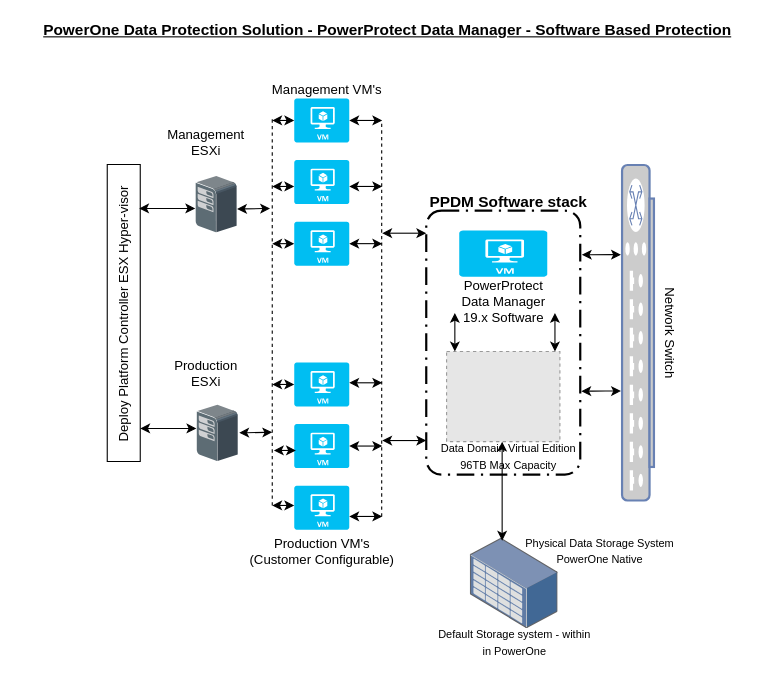
vishwa2311/PowerProtect keeps this draw.io diagram as Untitled Diagram1.drawio. Above is the earlier version. Source tidied: cells renumbered, new cells numbered last; positions are measured from the earlier drawing's top-left corner, leaving out a move shared by most shapes. Both pictures are drawn from the tidied source at 110%, with x=0, y=0 at pixel (-25, 19). Pictures stored in the file or linked from it are replaced by grey dashed boxes.
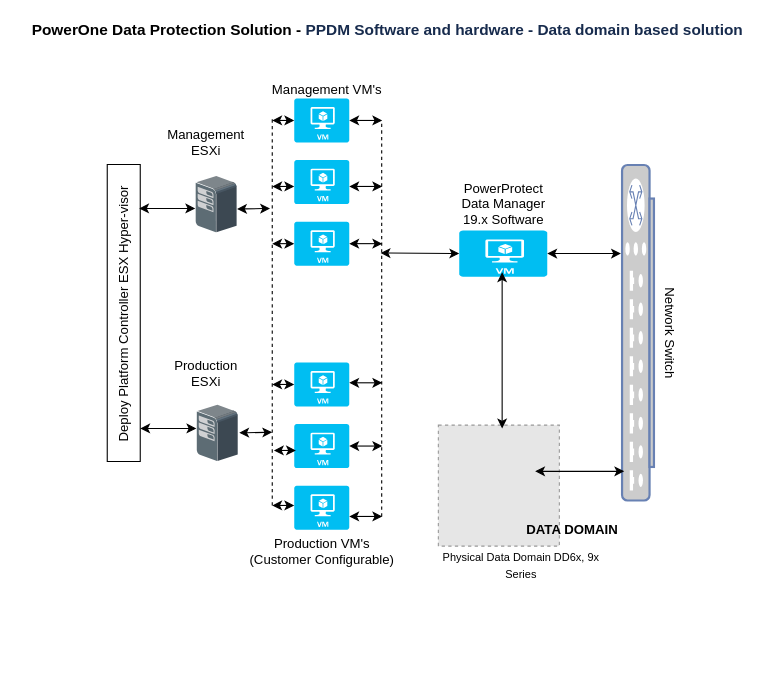
The same page after the edit.

Commit message:
PowerOne Data Protection Solution - PPDM Software and hardware - Data domain based solution.drawio

The change refers to these unchanged cells:
```xml
<mxCell id="29" style="verticalLabelPosition=bottom;html=1;verticalAlign=top;align=center;strokeColor=none;fillColor=#00BEF2;shape=mxgraph.azure.virtual_machine;" parent="1" vertex="1">
  <mxGeometry x="440" y="192" width="80" height="42" as="geometry" />
</mxCell>
```

What changed in the source:
```diff
@@
-    <mxCell id="2" style="rounded=1;arcSize=10;dashed=1;strokeColor=#000000;fillColor=none;gradientColor=none;dashPattern=8 3 1 3;strokeWidth=2;" parent="1" vertex="1">
-      <mxGeometry x="410" y="174" width="140" height="240" as="geometry" />
-    </mxCell>
+    <mxCell id="53" style="fillColor=#E6E6E6;strokeColor=#999999;dashed=1;html=1;verticalAlign=top;verticalLabelPosition=bottom;labelBackgroundColor=#ffffff;" parent="1" vertex="1">
+      <mxGeometry x="421" y="369" width="110" height="110" as="geometry" />
+    </mxCell>
@@
-    <mxCell id="28" style="fillColor=#E6E6E6;strokeColor=#999999;dashed=1;verticalLabelPosition=bottom;labelBackgroundColor=#ffffff;verticalAlign=top;" parent="1" vertex="1">
-      <mxGeometry x="428.5" y="302" width="103" height="82" as="geometry" />
-    </mxCell>
@@
-    <mxCell id="31" style="endArrow=classic;startArrow=classic;html=1;entryX=1.007;entryY=0.684;entryDx=0;entryDy=0;entryPerimeter=0;" parent="1" edge="1" target="2">
-      <mxGeometry relative="1" as="geometry">
-        <mxPoint x="587" y="338" as="sourcePoint" />
-        <Array as="points">
-          <mxPoint x="565" y="338" />
-        </Array>
-      </mxGeometry>
-    </mxCell>
@@
-    <mxCell id="33" style="endArrow=classic;startArrow=classic;html=1;entryX=1.01;entryY=0.167;entryDx=0;entryDy=0;entryPerimeter=0;" parent="1" edge="1" target="2">
+    <mxCell id="33" style="endArrow=classic;startArrow=classic;html=1;entryX=1;entryY=0.5;entryDx=0;entryDy=0;entryPerimeter=0;" parent="1" edge="1" target="29">
       <mxGeometry relative="1" as="geometry">
-        <mxPoint x="587" y="214" as="sourcePoint" />
+        <mxPoint x="587" y="213" as="sourcePoint" />
       </mxGeometry>
     </mxCell>
     <mxCell id="34" value="PowerProtect Data Manager 19.x Software" style="text;html=1;strokeColor=none;fillColor=none;align=center;verticalAlign=middle;whiteSpace=wrap;rounded=0;" parent="1" vertex="1">
-      <mxGeometry x="432.5" y="247" width="95" height="20" as="geometry" />
+      <mxGeometry x="432.5" y="158" width="95" height="20" as="geometry" />
     </mxCell>
-    <mxCell id="35" value="&lt;font style=&quot;font-size: 10px&quot;&gt;Data Domain Virtual Edition 96TB Max Capacity&lt;/font&gt;" style="text;html=1;strokeColor=none;fillColor=none;align=center;verticalAlign=middle;whiteSpace=wrap;rounded=0;" parent="1" vertex="1">
-      <mxGeometry x="420" y="392" width="130" height="10" as="geometry" />
-    </mxCell>
-    <mxCell id="36" value="&lt;font style=&quot;font-size: 14px&quot;&gt;&lt;u&gt;&lt;b&gt;PowerOne Data Protection Solution - PowerProtect Data Manager - Software Based Protection&lt;/b&gt;&lt;/u&gt;&lt;/font&gt;" style="text;html=1;strokeColor=none;fillColor=none;align=center;verticalAlign=middle;whiteSpace=wrap;rounded=0;" parent="1" vertex="1">
+    <mxCell id="36" value="&lt;font&gt;&lt;font style=&quot;font-size: 14px&quot;&gt;&lt;b&gt;PowerOne Data Protection Solution -&amp;nbsp;&lt;/b&gt;&lt;strong style=&quot;color: rgb(23 , 43 , 77) ; text-align: left&quot;&gt;PPDM Software and hardware - Data domain based solution&lt;/strong&gt;&lt;/font&gt;&lt;u style=&quot;font-size: 14px&quot;&gt;&lt;b&gt;&lt;br&gt;&lt;/b&gt;&lt;/u&gt;&lt;/font&gt;" style="text;html=1;strokeColor=none;fillColor=none;align=center;verticalAlign=middle;whiteSpace=wrap;rounded=0;" parent="1" vertex="1">
       <mxGeometry x="40" width="670" height="20" as="geometry" />
     </mxCell>
-    <mxCell id="37" style="endArrow=classic;startArrow=classic;html=1;" parent="1" edge="1">
-      <mxGeometry relative="1" as="geometry">
-        <mxPoint x="370" y="383" as="sourcePoint" />
-        <mxPoint x="410" y="383" as="targetPoint" />
-      </mxGeometry>
-    </mxCell>
@@
-    <mxCell id="39" style="endArrow=classic;startArrow=classic;html=1;" parent="1" edge="1">
+    <mxCell id="39" style="endArrow=classic;startArrow=classic;html=1;entryX=0;entryY=0.5;entryDx=0;entryDy=0;entryPerimeter=0;" parent="1" edge="1" target="29">
       <mxGeometry relative="1" as="geometry">
-        <mxPoint x="370" y="194.5" as="sourcePoint" />
-        <mxPoint x="410" y="194.5" as="targetPoint" />
+        <mxPoint x="368.5" y="212.5" as="sourcePoint" />
       </mxGeometry>
     </mxCell>
@@
-    <mxCell id="46" value="&lt;b&gt;&lt;font style=&quot;font-size: 14px&quot;&gt;PPDM Software stack&lt;/font&gt;&lt;/b&gt;" style="text;html=1;strokeColor=none;fillColor=none;align=center;verticalAlign=middle;whiteSpace=wrap;rounded=0;" parent="1" vertex="1">
-      <mxGeometry x="410" y="156" width="150" height="20" as="geometry" />
-    </mxCell>
-    <mxCell id="47" style="endArrow=classic;startArrow=classic;html=1;entryX=0.5;entryY=1;entryDx=0;entryDy=0;exitX=0.5;exitY=0;exitDx=0;exitDy=0;" parent="1" edge="1">
-      <mxGeometry relative="1" as="geometry">
-        <mxPoint x="527" y="302" as="sourcePoint" />
-        <mxPoint x="527" y="267" as="targetPoint" />
-      </mxGeometry>
-    </mxCell>
-    <mxCell id="48" style="endArrow=classic;startArrow=classic;html=1;entryX=0.5;entryY=1;entryDx=0;entryDy=0;exitX=0.5;exitY=0;exitDx=0;exitDy=0;" parent="1" edge="1">
-      <mxGeometry relative="1" as="geometry">
-        <mxPoint x="436" y="302" as="sourcePoint" />
-        <mxPoint x="436" y="267" as="targetPoint" />
-      </mxGeometry>
-    </mxCell>
-    <mxCell id="49" style="html=1;align=center;shadow=0;dashed=0;image;image=img/lib/allied_telesis/storage/Datacenter_Server_Storage_Unit_Large.svg;" parent="1" vertex="1">
-      <mxGeometry x="450" y="472" width="80" height="82" as="geometry" />
-    </mxCell>
     <mxCell id="50" style="endArrow=classic;startArrow=classic;html=1;" parent="1" edge="1">
       <mxGeometry relative="1" as="geometry">
-        <mxPoint x="479" y="384" as="sourcePoint" />
-        <mxPoint x="479" y="474" as="targetPoint" />
+        <mxPoint x="479" y="230" as="sourcePoint" />
+        <mxPoint x="479" y="372" as="targetPoint" />
       </mxGeometry>
     </mxCell>
-    <mxCell id="51" value="&lt;font style=&quot;font-size: 10px&quot;&gt;Physical Data Storage System PowerOne Native&lt;/font&gt;" style="text;html=1;strokeColor=none;fillColor=none;align=center;verticalAlign=middle;whiteSpace=wrap;rounded=0;rotation=0;" parent="1" vertex="1">
-      <mxGeometry x="495" y="474" width="146" height="18" as="geometry" />
-    </mxCell>
-    <mxCell id="52" value="&lt;font style=&quot;font-size: 10px&quot;&gt;Default Storage system - within in PowerOne&lt;/font&gt;" style="text;html=1;strokeColor=none;fillColor=none;align=center;verticalAlign=middle;whiteSpace=wrap;rounded=0;rotation=0;" parent="1" vertex="1">
-      <mxGeometry x="416.5" y="554" width="147" height="24" as="geometry" />
+    <mxCell id="52" value="&lt;font style=&quot;font-size: 12px&quot;&gt;&lt;b&gt;DATA DOMAIN&lt;/b&gt;&lt;/font&gt;" style="text;html=1;strokeColor=none;fillColor=none;align=center;verticalAlign=middle;whiteSpace=wrap;rounded=0;rotation=0;" parent="1" vertex="1">
+      <mxGeometry x="496.5" y="444" width="92" height="40" as="geometry" />
     </mxCell>
+    <mxCell id="54" value="&lt;span style=&quot;font-size: 10px&quot;&gt;Physical Data Domain DD6x, 9x Series&lt;/span&gt;" style="text;html=1;strokeColor=none;fillColor=none;align=center;verticalAlign=middle;whiteSpace=wrap;rounded=0;rotation=0;" parent="1" vertex="1">
+      <mxGeometry x="423" y="484" width="147" height="24" as="geometry" />
+    </mxCell>
+    <mxCell id="55" style="endArrow=classic;startArrow=classic;html=1;" parent="1" edge="1">
+      <mxGeometry relative="1" as="geometry">
+        <mxPoint x="509" y="411" as="sourcePoint" />
+        <mxPoint x="590" y="411" as="targetPoint" />
+      </mxGeometry>
+    </mxCell>
```
